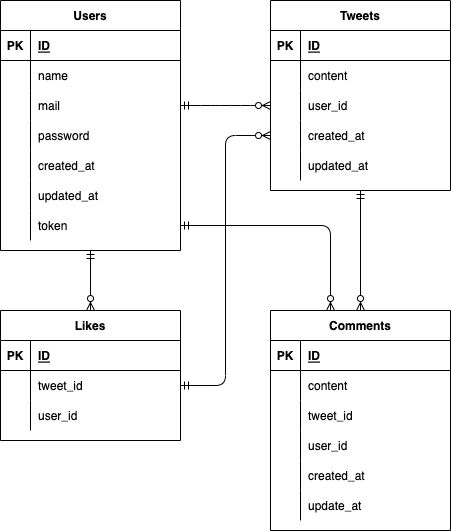
The draw.io diagram ER.drawio.png in masanarimiura/Twitter-SNS-app, before a commit. Source tidied: cells renumbered, new cells last; positions are measured from the earlier drawing's top-left corner, leaving out a move shared by most shapes.
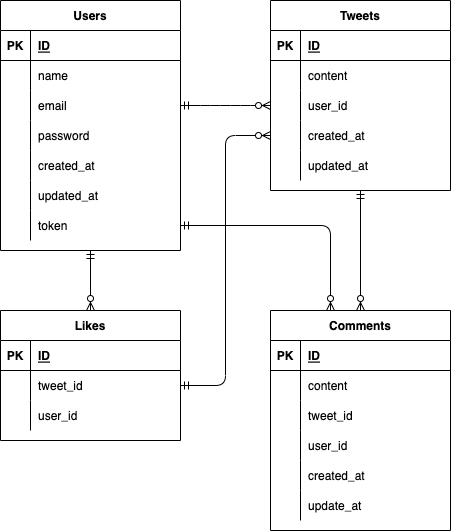
After the change.

The edit, as a diff of the source:
```diff
@@ -29,7 +29,7 @@
     <mxCell id="10" style="shape=partialRectangle;fillColor=none;top=0;left=0;bottom=0;right=0;overflow=hidden;" parent="9" vertex="1">
       <mxGeometry width="30" height="30" as="geometry" />
     </mxCell>
-    <mxCell id="11" value="mail" style="shape=partialRectangle;fillColor=none;top=0;left=0;bottom=0;right=0;align=left;spacingLeft=6;overflow=hidden;" parent="9" vertex="1">
+    <mxCell id="11" value="email" style="shape=partialRectangle;fillColor=none;top=0;left=0;bottom=0;right=0;align=left;spacingLeft=6;overflow=hidden;" parent="9" vertex="1">
       <mxGeometry x="30" width="150" height="30" as="geometry" />
     </mxCell>
     <mxCell id="12" style="shape=partialRectangle;fillColor=none;top=0;left=0;bottom=0;right=0;" parent="2" vertex="1">
```
